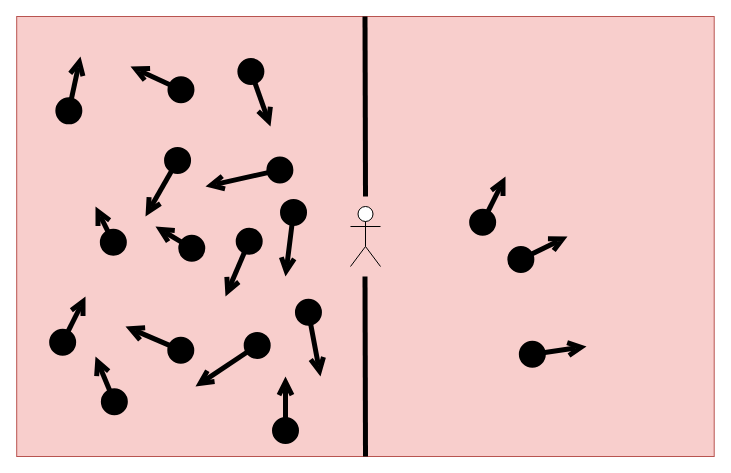
Before: 分子扩散.drawio in codelyc/Hello-World, a draw.io diagram. Source tidied: cells renumbered, new cells numbered last; positions are measured from the earlier drawing's top-left corner, leaving out a move shared by most shapes. Both pictures are drawn from the tidied source at 100%, with x=0, y=0 at pixel (16, 16).
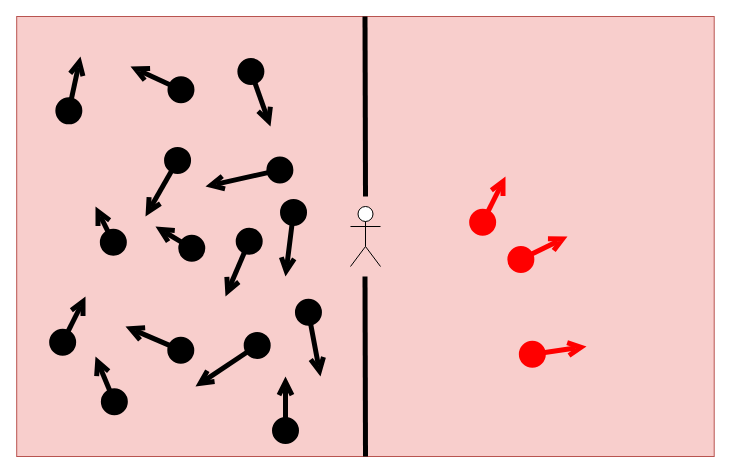
After the change.

Commit message (it also covers changes not shown here):
更新分子扩散.drawio

Change to the diagram source:
```diff
@@
-    <mxCell id="21" style="html=1;verticalAlign=bottom;startArrow=circle;startFill=1;endArrow=open;startSize=6;endSize=8;strokeWidth=5;" parent="1" edge="1">
+    <mxCell id="21" style="html=1;verticalAlign=bottom;startArrow=circle;startFill=1;endArrow=open;startSize=6;endSize=8;strokeWidth=5;strokeColor=#FF0000;" parent="1" edge="1">
       <mxGeometry x="-0.38" y="-82" relative="1" as="geometry">
         <mxPoint x="459" y="220" as="sourcePoint" />
         <mxPoint x="489" y="160" as="targetPoint" />
       </mxGeometry>
     </mxCell>
-    <mxCell id="22" style="html=1;verticalAlign=bottom;startArrow=circle;startFill=1;endArrow=open;startSize=6;endSize=8;strokeWidth=5;" parent="1" edge="1">
+    <mxCell id="22" style="html=1;verticalAlign=bottom;startArrow=circle;startFill=1;endArrow=open;startSize=6;endSize=8;strokeWidth=5;strokeColor=#FF0000;" parent="1" edge="1">
       <mxGeometry x="-0.38" y="-82" relative="1" as="geometry">
         <mxPoint x="490" y="250" as="sourcePoint" />
         <mxPoint x="551" y="220" as="targetPoint" />
       </mxGeometry>
     </mxCell>
-    <mxCell id="23" style="html=1;verticalAlign=bottom;startArrow=circle;startFill=1;endArrow=open;startSize=6;endSize=8;strokeWidth=5;" parent="1" edge="1">
+    <mxCell id="23" style="html=1;verticalAlign=bottom;startArrow=circle;startFill=1;endArrow=open;startSize=6;endSize=8;strokeWidth=5;strokeColor=#FF0000;" parent="1" edge="1">
       <mxGeometry x="-0.38" y="-82" relative="1" as="geometry">
         <mxPoint x="500" y="340" as="sourcePoint" />
         <mxPoint x="570" y="330" as="targetPoint" />
       </mxGeometry>
     </mxCell>
```
